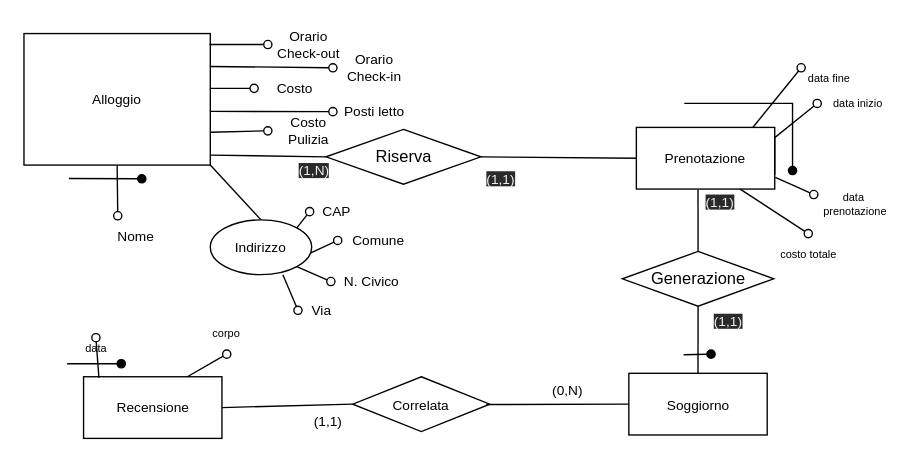
The draw.io diagram page "Page-6" (6 of 14) of ER.drawio in eduardz1/Home-Booking, before the edit. Source tidied: cells renumbered, new cells numbered last; positions are measured from the earlier drawing's top-left corner, leaving out a move shared by most shapes. Both pictures are drawn from the tidied source at 137%, with x=0, y=0 at pixel (23, 23).
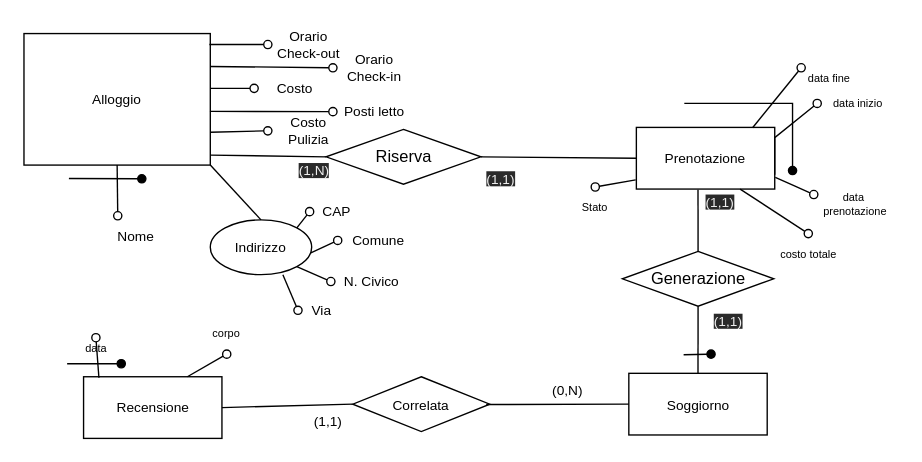
The same diagram, later.

Diff of the diagram source:
```diff
@@
+    <mxCell id="64" style="endArrow=none;html=1;rounded=0;align=center;verticalAlign=top;endFill=0;labelBackgroundColor=none;endSize=6;startArrow=oval;startFill=0;fontSize=10;entryX=0;entryY=0.75;entryDx=0;entryDy=0;exitX=0.5;exitY=0;exitDx=0;exitDy=0;" parent="1" edge="1" source="65">
+      <mxGeometry relative="1" as="geometry">
+        <mxPoint x="446.5" y="113.8" as="targetPoint" />
+      </mxGeometry>
+    </mxCell>
+    <mxCell id="65" value="Stato" style="text;html=1;strokeColor=none;fillColor=none;align=center;verticalAlign=middle;whiteSpace=wrap;rounded=0;fontSize=8;" parent="1" vertex="1">
+      <mxGeometry x="387" y="119" width="60" height="30" as="geometry" />
+    </mxCell>
```
